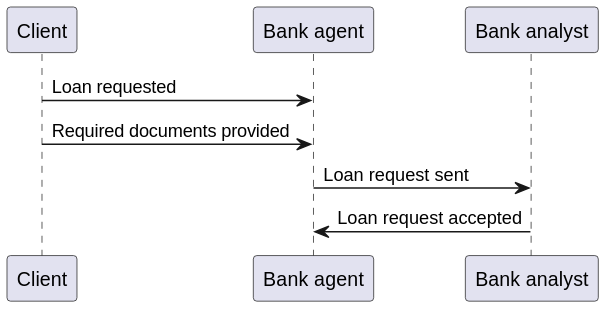
PawelJaworski/ddd-loan-application keeps this PlantUML diagram as model/activity diagram.svg. Above is the earlier version. Its diagram source:
```plantuml
@startuml
Client -> "Bank agent" : Loan requested
Client -> "Bank agent" : Required documents provided
"Bank agent" -> "Bank analyst" : Loan request sent
"Bank analyst" -> "Bank agent" : Loan request accepted
@enduml
```
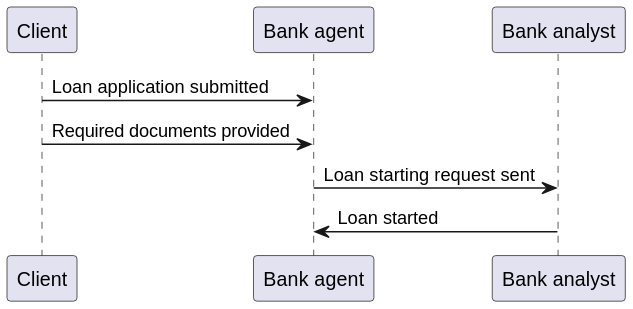
Later version of the same file.

What changed in the source:
```diff
@@ -1,6 +1,6 @@
 @startuml
-Client -> "Bank agent" : Loan requested
+Client -> "Bank agent" : Loan application submitted
 Client -> "Bank agent" : Required documents provided
-"Bank agent" -> "Bank analyst" : Loan request sent
-"Bank analyst" -> "Bank agent" : Loan request accepted
+"Bank agent" -> "Bank analyst" : Loan starting request sent
+"Bank analyst" -> "Bank agent" : Loan started
 @enduml
```
